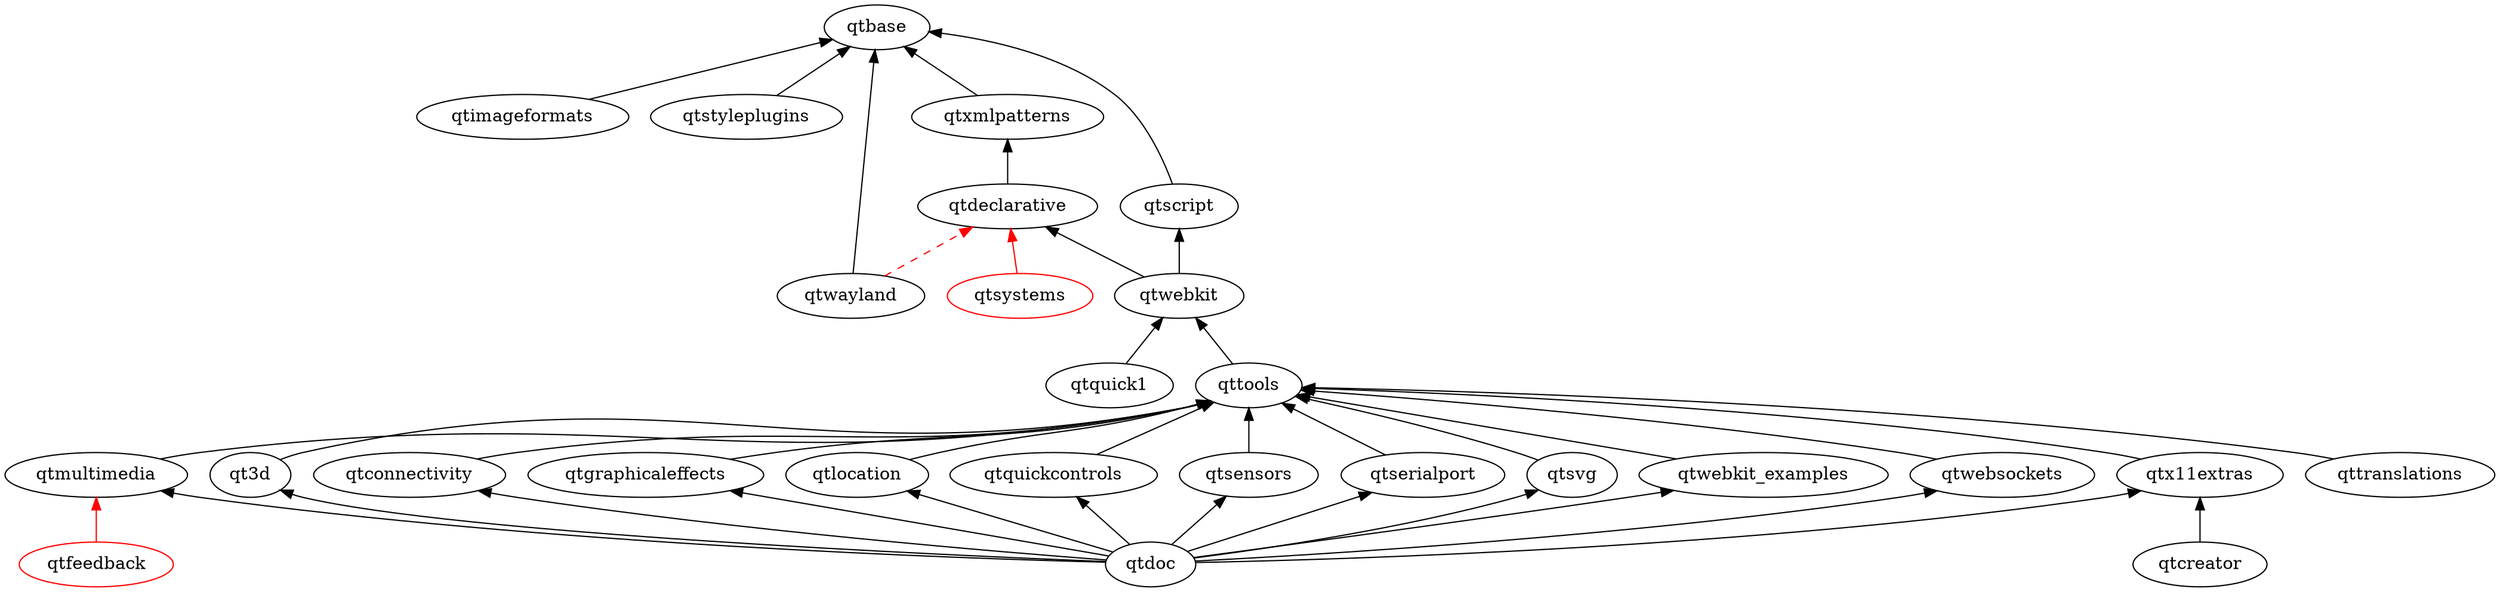
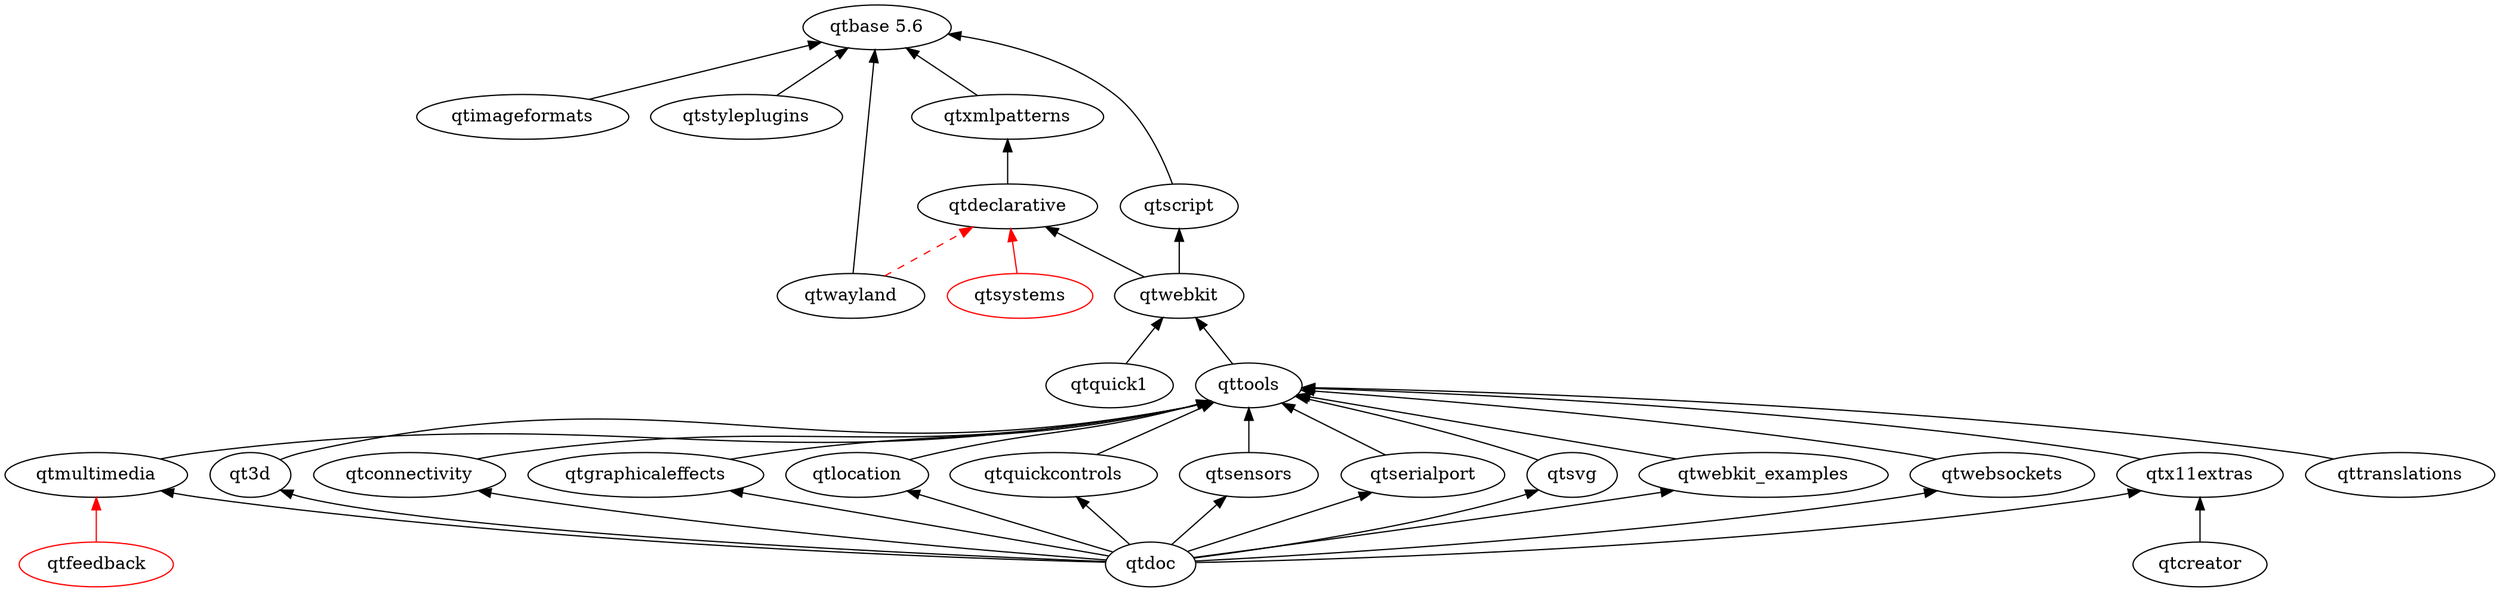
digraph qt5 {
  graph [
    rankdir = "BT"
  ]

  qt3d
-   qtbase
+   "qtbase 5.6"
  qtconnectivity
  qtcreator
  qtdeclarative
  qtdoc
  qtfeedback [ color = red ]
  qtgraphicaleffects
  qtimageformats
  qtlocation
  qtmultimedia
  qtquick1
  qtquickcontrols
  qtscript
  qtsensors
  qtserialport
  qtstyleplugins
  qtsvg
  qtsystems [ color = red ]
  qttools
  qttranslations
  qtwayland
  qtwebkit
  qtwebkit_examples
  qtwebsockets
  qtx11extras
  qtxmlpatterns

  qt3d -> qttools
  qtconnectivity -> qttools
  qtcreator -> qtx11extras
  qtdeclarative -> qtxmlpatterns
  qtdoc -> qt3d
  qtdoc -> qtgraphicaleffects
  qtdoc -> qtmultimedia
  qtdoc -> qtlocation
  qtdoc -> qtquickcontrols
  qtdoc -> qtsensors
  qtdoc -> qtserialport
  qtdoc -> qtsvg
  qtdoc -> qtx11extras
  qtdoc -> qtwebkit_examples
  qtdoc -> qtwebsockets
  qtdoc -> qtconnectivity
  qtgraphicaleffects -> qttools
-   qtimageformats -> qtbase
+   qtimageformats -> "qtbase 5.6"
  qtmultimedia -> qttools
  qtquick1 -> qtwebkit
  qtquickcontrols -> qttools
  qtsensors -> qttools
  qtserialport -> qttools
-   qtscript -> qtbase
-   qtstyleplugins -> qtbase
+   qtscript -> "qtbase 5.6"
+   qtstyleplugins -> "qtbase 5.6"
  qtsvg -> qttools
  qttools -> qtwebkit
  qttranslations -> qttools
-   qtwayland -> qtbase
+   qtwayland -> "qtbase 5.6"
  qtwebkit -> qtscript
  qtwebkit -> qtdeclarative
  qtwebkit_examples -> qttools
  qtwebsockets -> qttools
  qtx11extras -> qttools
-   qtxmlpatterns -> qtbase
+   qtxmlpatterns -> "qtbase 5.6"
  qtlocation -> qttools

  // unsure/not-uploaded
  qtfeedback -> qtmultimedia [ color = red ]
  qtsystems -> qtdeclarative [ color = red ]
  qtwayland -> qtdeclarative [ color = red style = dashed ]
}
